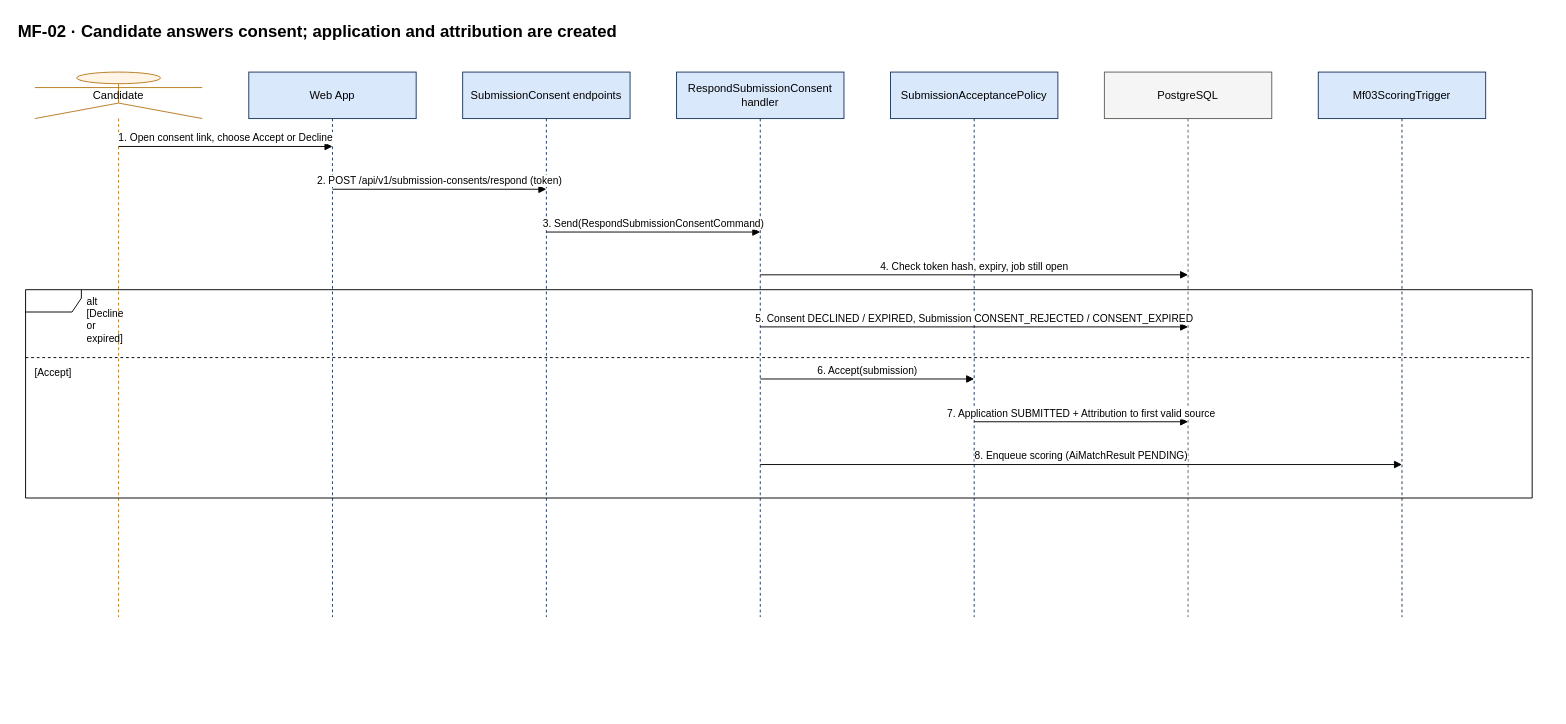
The draw.io diagram docs/diagrams/sequences/source/seq-mf02-consent-response.drawio in hoangqui794/hr-connect, before the edit. Source tidied: cells renumbered, new cells numbered last; positions are measured from the earlier drawing's top-left corner, leaving out a move shared by most shapes. Both pictures are drawn from the tidied source at 93%, with x=0, y=0 at pixel (16, 16).
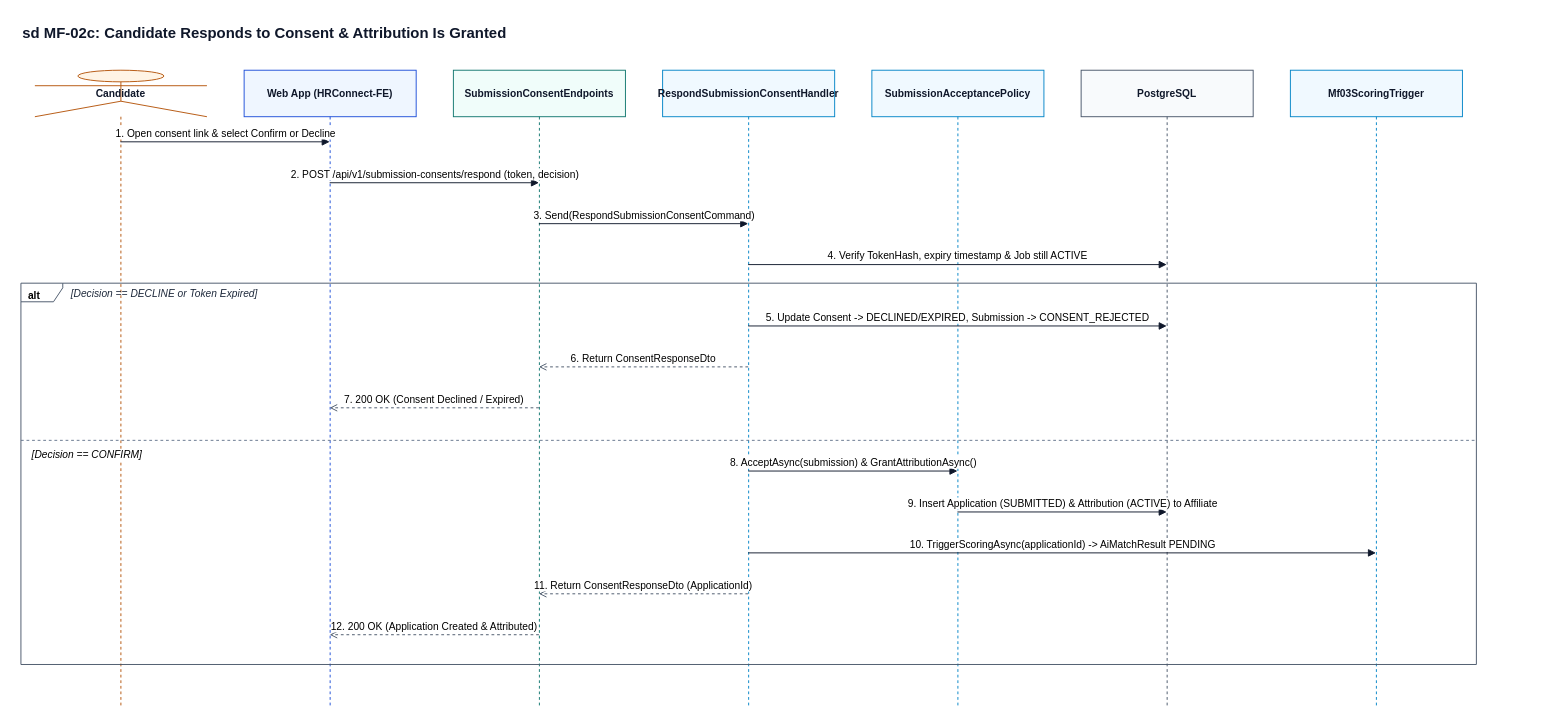
The same page after the edit.

What changed in the source:
```diff
@@
-    <mxCell id="2" value="MF-02 · Candidate answers consent; application and attribution are created" style="text;html=1;fontSize=18;fontStyle=1;align=left;" parent="1" vertex="1">
-      <mxGeometry width="1650" height="30" as="geometry" />
+    <mxCell id="2" value="sd MF-02c: Candidate Responds to Consent &amp; Attribution Is Granted" style="text;html=1;fontSize=16;fontStyle=1;align=left;fontFamily=Helvetica;fontColor=#0F172A;" parent="1" vertex="1">
+      <mxGeometry x="5" y="2" width="1575" height="28" as="geometry" />
     </mxCell>
-    <mxCell id="3" value="Candidate" style="shape=umlLifeline;participant=umlActor;perimeter=lifelinePerimeter;whiteSpace=wrap;html=1;size=50;fillColor=#FFF4E5;strokeColor=#B7791F;" parent="1" vertex="1">
-      <mxGeometry x="20" y="60" width="180" height="586" as="geometry" />
+    <mxCell id="3" value="Candidate" style="shape=umlLifeline;participant=umlActor;perimeter=lifelinePerimeter;whiteSpace=wrap;html=1;size=50;fillColor=#FFF4E5;strokeColor=#B45309;fontStyle=1;fontSize=11;fontFamily=Helvetica;fontColor=#0F172A;" parent="1" vertex="1">
+      <mxGeometry x="20" y="58" width="185" height="685" as="geometry" />
     </mxCell>
-    <mxCell id="4" value="Web App" style="shape=umlLifeline;perimeter=lifelinePerimeter;whiteSpace=wrap;html=1;size=50;fillColor=#DAE8FC;strokeColor=#1B365D;" parent="1" vertex="1">
-      <mxGeometry x="250" y="60" width="180" height="586" as="geometry" />
+    <mxCell id="4" value="Web App (HRConnect-FE)" style="shape=umlLifeline;perimeter=lifelinePerimeter;whiteSpace=wrap;html=1;size=50;fillColor=#EFF6FF;strokeColor=#1D4ED8;fontStyle=1;fontSize=11;fontFamily=Helvetica;fontColor=#0F172A;" parent="1" vertex="1">
+      <mxGeometry x="245" y="58" width="185" height="685" as="geometry" />
     </mxCell>
-    <mxCell id="5" value="SubmissionConsent endpoints" style="shape=umlLifeline;perimeter=lifelinePerimeter;whiteSpace=wrap;html=1;size=50;fillColor=#DAE8FC;strokeColor=#1B365D;" parent="1" vertex="1">
-      <mxGeometry x="480" y="60" width="180" height="586" as="geometry" />
+    <mxCell id="5" value="SubmissionConsentEndpoints" style="shape=umlLifeline;perimeter=lifelinePerimeter;whiteSpace=wrap;html=1;size=50;fillColor=#F0FDFA;strokeColor=#0F766E;fontStyle=1;fontSize=11;fontFamily=Helvetica;fontColor=#0F172A;" parent="1" vertex="1">
+      <mxGeometry x="470" y="58" width="185" height="685" as="geometry" />
     </mxCell>
-    <mxCell id="6" value="RespondSubmissionConsent handler" style="shape=umlLifeline;perimeter=lifelinePerimeter;whiteSpace=wrap;html=1;size=50;fillColor=#DAE8FC;strokeColor=#1B365D;" parent="1" vertex="1">
-      <mxGeometry x="710" y="60" width="180" height="586" as="geometry" />
+    <mxCell id="6" value="RespondSubmissionConsentHandler" style="shape=umlLifeline;perimeter=lifelinePerimeter;whiteSpace=wrap;html=1;size=50;fillColor=#F0F9FF;strokeColor=#0284C7;fontStyle=1;fontSize=11;fontFamily=Helvetica;fontColor=#0F172A;" parent="1" vertex="1">
+      <mxGeometry x="695" y="58" width="185" height="685" as="geometry" />
     </mxCell>
-    <mxCell id="7" value="SubmissionAcceptancePolicy" style="shape=umlLifeline;perimeter=lifelinePerimeter;whiteSpace=wrap;html=1;size=50;fillColor=#DAE8FC;strokeColor=#1B365D;" parent="1" vertex="1">
-      <mxGeometry x="940" y="60" width="180" height="586" as="geometry" />
+    <mxCell id="7" value="SubmissionAcceptancePolicy" style="shape=umlLifeline;perimeter=lifelinePerimeter;whiteSpace=wrap;html=1;size=50;fillColor=#F0F9FF;strokeColor=#0284C7;fontStyle=1;fontSize=11;fontFamily=Helvetica;fontColor=#0F172A;" parent="1" vertex="1">
+      <mxGeometry x="920" y="58" width="185" height="685" as="geometry" />
     </mxCell>
-    <mxCell id="8" value="PostgreSQL" style="shape=umlLifeline;perimeter=lifelinePerimeter;whiteSpace=wrap;html=1;size=50;fillColor=#F5F5F5;strokeColor=#5F5E5A;" parent="1" vertex="1">
-      <mxGeometry x="1170" y="60" width="180" height="586" as="geometry" />
+    <mxCell id="8" value="PostgreSQL" style="shape=umlLifeline;perimeter=lifelinePerimeter;whiteSpace=wrap;html=1;size=50;fillColor=#F8FAFC;strokeColor=#475569;fontStyle=1;fontSize=11;fontFamily=Helvetica;fontColor=#0F172A;" parent="1" vertex="1">
+      <mxGeometry x="1145" y="58" width="185" height="685" as="geometry" />
     </mxCell>
-    <mxCell id="9" value="Mf03ScoringTrigger" style="shape=umlLifeline;perimeter=lifelinePerimeter;whiteSpace=wrap;html=1;size=50;fillColor=#DAE8FC;strokeColor=#1B365D;" parent="1" vertex="1">
-      <mxGeometry x="1400" y="60" width="180" height="586" as="geometry" />
+    <mxCell id="9" value="Mf03ScoringTrigger" style="shape=umlLifeline;perimeter=lifelinePerimeter;whiteSpace=wrap;html=1;size=50;fillColor=#F0F9FF;strokeColor=#0284C7;fontStyle=1;fontSize=11;fontFamily=Helvetica;fontColor=#0F172A;" parent="1" vertex="1">
+      <mxGeometry x="1370" y="58" width="185" height="685" as="geometry" />
     </mxCell>
-    <mxCell id="10" value="1. Open consent link, choose Accept or Decline" style="html=1;verticalAlign=bottom;endArrow=block;endFill=1;fontSize=11;labelBackgroundColor=#FFFFFF;" parent="1" edge="1">
-      <mxGeometry relative="1" as="geometry">
-        <mxPoint x="110" y="140" as="sourcePoint" />
-        <mxPoint x="340" y="140" as="targetPoint" />
-      </mxGeometry>
-    </mxCell>
-    <mxCell id="11" value="2. POST /api/v1/submission-consents/respond (token)" style="html=1;verticalAlign=bottom;endArrow=block;endFill=1;fontSize=11;labelBackgroundColor=#FFFFFF;" parent="1" edge="1">
-      <mxGeometry relative="1" as="geometry">
-        <mxPoint x="340" y="186" as="sourcePoint" />
-        <mxPoint x="570" y="186" as="targetPoint" />
-      </mxGeometry>
-    </mxCell>
+    <mxCell id="20" value="alt" style="shape=umlFrame;whiteSpace=wrap;html=1;width=45;height=20;boundedLbl=1;verticalAlign=top;align=left;spacingLeft=6;fontStyle=1;fontSize=11;fontFamily=Helvetica;fillColor=none;strokeColor=#475569;" parent="1" vertex="1">
+      <mxGeometry x="5" y="287" width="1565" height="410" as="geometry" />
+    </mxCell>
+    <mxCell id="21" value="[Decision == DECLINE or Token Expired]" style="text;html=1;align=left;verticalAlign=middle;fontStyle=2;fontSize=11;fontFamily=Helvetica;fontColor=#1E293B;" parent="1" vertex="1">
+      <mxGeometry x="57" y="288" width="450" height="20" as="geometry" />
+    </mxCell>
+    <mxCell id="22" value="[Decision == CONFIRM]" style="line;strokeWidth=1;dashed=1;html=1;align=left;verticalAlign=top;spacingLeft=10;labelPosition=center;fontStyle=2;fontSize=11;fontFamily=Helvetica;fillColor=none;strokeColor=#64748B;labelBackgroundColor=#FFFFFF;" parent="1" vertex="1">
+      <mxGeometry x="5" y="451" width="1565" height="10" as="geometry" />
+    </mxCell>
+    <mxCell id="23" value="1. Open consent link &amp; select Confirm or Decline" style="html=1;verticalAlign=bottom;endArrow=block;endFill=1;strokeColor=#0F172A;fontSize=11;fontFamily=Helvetica;labelBackgroundColor=#FFFFFF;" parent="1" edge="1">
+      <mxGeometry relative="1" as="geometry">
+        <mxPoint x="112" y="135" as="sourcePoint" />
+        <mxPoint x="337" y="135" as="targetPoint" />
+      </mxGeometry>
+    </mxCell>
+    <mxCell id="24" value="2. POST /api/v1/submission-consents/respond (token, decision)" style="html=1;verticalAlign=bottom;endArrow=block;endFill=1;strokeColor=#0F172A;fontSize=11;fontFamily=Helvetica;labelBackgroundColor=#FFFFFF;" parent="1" edge="1">
+      <mxGeometry relative="1" as="geometry">
+        <mxPoint x="337" y="179" as="sourcePoint" />
+        <mxPoint x="562" y="179" as="targetPoint" />
+      </mxGeometry>
+    </mxCell>
-    <mxCell id="12" value="3. Send(RespondSubmissionConsentCommand)" style="html=1;verticalAlign=bottom;endArrow=block;endFill=1;fontSize=11;labelBackgroundColor=#FFFFFF;" parent="1" edge="1">
+    <mxCell id="12" value="3. Send(RespondSubmissionConsentCommand)" style="html=1;verticalAlign=bottom;endArrow=block;endFill=1;strokeColor=#0F172A;fontSize=11;fontFamily=Helvetica;labelBackgroundColor=#FFFFFF;" parent="1" edge="1">
       <mxGeometry relative="1" as="geometry">
-        <mxPoint x="570" y="232" as="sourcePoint" />
-        <mxPoint x="800" y="232" as="targetPoint" />
+        <mxPoint x="562" y="223" as="sourcePoint" />
+        <mxPoint x="787" y="223" as="targetPoint" />
       </mxGeometry>
     </mxCell>
-    <mxCell id="13" value="4. Check token hash, expiry, job still open" style="html=1;verticalAlign=bottom;endArrow=block;endFill=1;fontSize=11;labelBackgroundColor=#FFFFFF;" parent="1" edge="1">
-      <mxGeometry relative="1" as="geometry">
-        <mxPoint x="800" y="278" as="sourcePoint" />
-        <mxPoint x="1260" y="278" as="targetPoint" />
-      </mxGeometry>
-    </mxCell>
-    <mxCell id="14" value="5. Consent DECLINED / EXPIRED, Submission CONSENT_REJECTED / CONSENT_EXPIRED" style="html=1;verticalAlign=bottom;endArrow=block;endFill=1;fontSize=11;labelBackgroundColor=#FFFFFF;" parent="1" edge="1">
-      <mxGeometry relative="1" as="geometry">
-        <mxPoint x="800" y="334" as="sourcePoint" />
-        <mxPoint x="1260" y="334" as="targetPoint" />
-      </mxGeometry>
-    </mxCell>
-    <mxCell id="15" value="6. Accept(submission)" style="html=1;verticalAlign=bottom;endArrow=block;endFill=1;fontSize=11;labelBackgroundColor=#FFFFFF;" parent="1" edge="1">
-      <mxGeometry relative="1" as="geometry">
-        <mxPoint x="800" y="390" as="sourcePoint" />
-        <mxPoint x="1030" y="390" as="targetPoint" />
-      </mxGeometry>
-    </mxCell>
-    <mxCell id="16" value="7. Application SUBMITTED + Attribution to first valid source" style="html=1;verticalAlign=bottom;endArrow=block;endFill=1;fontSize=11;labelBackgroundColor=#FFFFFF;" parent="1" edge="1">
-      <mxGeometry relative="1" as="geometry">
-        <mxPoint x="1030" y="436" as="sourcePoint" />
-        <mxPoint x="1260" y="436" as="targetPoint" />
-      </mxGeometry>
-    </mxCell>
-    <mxCell id="17" value="8. Enqueue scoring (AiMatchResult PENDING)" style="html=1;verticalAlign=bottom;endArrow=block;endFill=1;fontSize=11;labelBackgroundColor=#FFFFFF;" parent="1" edge="1">
-      <mxGeometry relative="1" as="geometry">
-        <mxPoint x="800" y="482" as="sourcePoint" />
-        <mxPoint x="1490" y="482" as="targetPoint" />
-      </mxGeometry>
-    </mxCell>
-    <mxCell id="18" value="alt [Decline or expired]" style="shape=umlFrame;whiteSpace=wrap;html=1;width=60;height=24;boundedLbl=1;verticalAlign=top;align=left;spacingLeft=64;fontSize=11;fillColor=none;" parent="1" vertex="1">
-      <mxGeometry x="10" y="294" width="1620" height="224" as="geometry" />
-    </mxCell>
-    <mxCell id="19" value="[Accept]" style="line;strokeWidth=1;dashed=1;html=1;align=left;verticalAlign=top;spacingLeft=8;labelPosition=center;fontSize=11;fillColor=none;" parent="1" vertex="1">
-      <mxGeometry x="10" y="362" width="1620" height="10" as="geometry" />
-    </mxCell>
+    <mxCell id="25" value="4. Verify TokenHash, expiry timestamp &amp; Job still ACTIVE" style="html=1;verticalAlign=bottom;endArrow=block;endFill=1;strokeColor=#0F172A;fontSize=11;fontFamily=Helvetica;labelBackgroundColor=#FFFFFF;" parent="1" edge="1">
+      <mxGeometry relative="1" as="geometry">
+        <mxPoint x="787" y="267" as="sourcePoint" />
+        <mxPoint x="1237" y="267" as="targetPoint" />
+      </mxGeometry>
+    </mxCell>
+    <mxCell id="26" value="5. Update Consent -&gt; DECLINED/EXPIRED, Submission -&gt; CONSENT_REJECTED" style="html=1;verticalAlign=bottom;endArrow=block;endFill=1;strokeColor=#0F172A;fontSize=11;fontFamily=Helvetica;labelBackgroundColor=#FFFFFF;" parent="1" edge="1">
+      <mxGeometry relative="1" as="geometry">
+        <mxPoint x="787" y="333" as="sourcePoint" />
+        <mxPoint x="1237" y="333" as="targetPoint" />
+      </mxGeometry>
+    </mxCell>
+    <mxCell id="27" value="6. Return ConsentResponseDto" style="html=1;verticalAlign=bottom;dashed=1;endArrow=open;endFill=0;strokeColor=#475569;fontSize=11;fontFamily=Helvetica;labelBackgroundColor=#FFFFFF;" parent="1" edge="1">
+      <mxGeometry relative="1" as="geometry">
+        <mxPoint x="787" y="377" as="sourcePoint" />
+        <mxPoint x="562" y="377" as="targetPoint" />
+      </mxGeometry>
+    </mxCell>
+    <mxCell id="28" value="7. 200 OK (Consent Declined / Expired)" style="html=1;verticalAlign=bottom;dashed=1;endArrow=open;endFill=0;strokeColor=#475569;fontSize=11;fontFamily=Helvetica;labelBackgroundColor=#FFFFFF;" parent="1" edge="1">
+      <mxGeometry relative="1" as="geometry">
+        <mxPoint x="562" y="421" as="sourcePoint" />
+        <mxPoint x="337" y="421" as="targetPoint" />
+      </mxGeometry>
+    </mxCell>
+    <mxCell id="29" value="8. AcceptAsync(submission) &amp; GrantAttributionAsync()" style="html=1;verticalAlign=bottom;endArrow=block;endFill=1;strokeColor=#0F172A;fontSize=11;fontFamily=Helvetica;labelBackgroundColor=#FFFFFF;" parent="1" edge="1">
+      <mxGeometry relative="1" as="geometry">
+        <mxPoint x="787" y="489" as="sourcePoint" />
+        <mxPoint x="1012" y="489" as="targetPoint" />
+      </mxGeometry>
+    </mxCell>
+    <mxCell id="30" value="9. Insert Application (SUBMITTED) &amp; Attribution (ACTIVE) to Affiliate" style="html=1;verticalAlign=bottom;endArrow=block;endFill=1;strokeColor=#0F172A;fontSize=11;fontFamily=Helvetica;labelBackgroundColor=#FFFFFF;" parent="1" edge="1">
+      <mxGeometry relative="1" as="geometry">
+        <mxPoint x="1012" y="533" as="sourcePoint" />
+        <mxPoint x="1237" y="533" as="targetPoint" />
+      </mxGeometry>
+    </mxCell>
+    <mxCell id="31" value="10. TriggerScoringAsync(applicationId) -&gt; AiMatchResult PENDING" style="html=1;verticalAlign=bottom;endArrow=block;endFill=1;strokeColor=#0F172A;fontSize=11;fontFamily=Helvetica;labelBackgroundColor=#FFFFFF;" parent="1" edge="1">
+      <mxGeometry relative="1" as="geometry">
+        <mxPoint x="787" y="577" as="sourcePoint" />
+        <mxPoint x="1462" y="577" as="targetPoint" />
+      </mxGeometry>
+    </mxCell>
+    <mxCell id="32" value="11. Return ConsentResponseDto (ApplicationId)" style="html=1;verticalAlign=bottom;dashed=1;endArrow=open;endFill=0;strokeColor=#475569;fontSize=11;fontFamily=Helvetica;labelBackgroundColor=#FFFFFF;" parent="1" edge="1">
+      <mxGeometry relative="1" as="geometry">
+        <mxPoint x="787" y="621" as="sourcePoint" />
+        <mxPoint x="562" y="621" as="targetPoint" />
+      </mxGeometry>
+    </mxCell>
+    <mxCell id="33" value="12. 200 OK (Application Created &amp; Attributed)" style="html=1;verticalAlign=bottom;dashed=1;endArrow=open;endFill=0;strokeColor=#475569;fontSize=11;fontFamily=Helvetica;labelBackgroundColor=#FFFFFF;" parent="1" edge="1">
+      <mxGeometry relative="1" as="geometry">
+        <mxPoint x="562" y="665" as="sourcePoint" />
+        <mxPoint x="337" y="665" as="targetPoint" />
+      </mxGeometry>
+    </mxCell>
```
